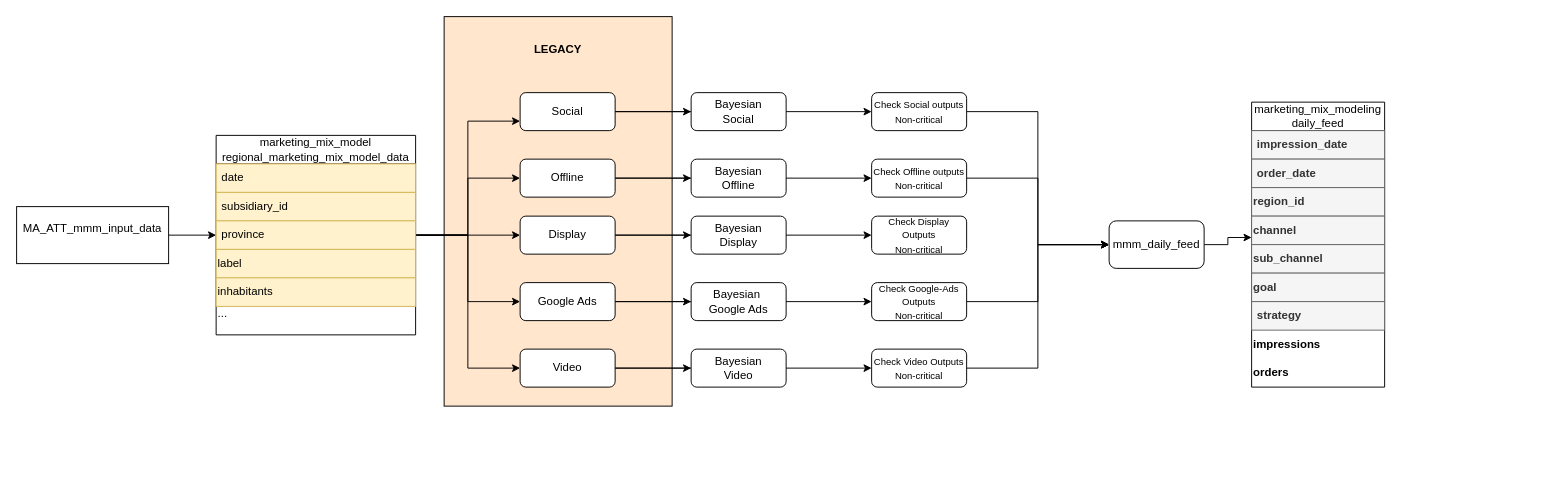
Earlier version of the draw.io diagram page "Attribution DAG" (7 of 8) of mmm/mmm_dag.drawio (aram-koorn/coolblue-diagrams). Source tidied: cells renumbered, new cells numbered last; positions are measured from the earlier drawing's top-left corner, leaving out a move shared by most shapes. Both pictures are drawn from the tidied source at 95%, with x=0, y=0 at pixel (16, 16).
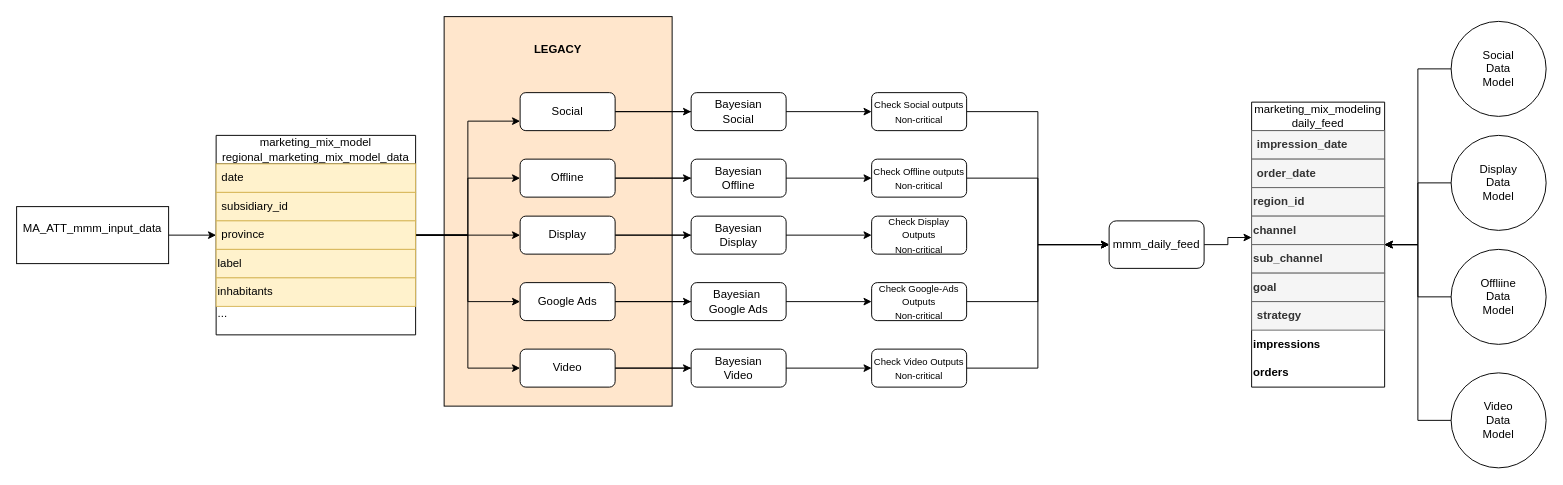
The same page after the edit.

The change refers to these unchanged cells:
```xml
<mxCell id="31" value="marketing_mix_modeling&lt;div&gt;daily_feed&lt;/div&gt;" style="swimlane;fontStyle=0;horizontal=1;startSize=30;whiteSpace=wrap;html=1;" parent="1" vertex="1">
  <mxGeometry x="1300" y="90" width="140" height="300" as="geometry" />
</mxCell>
```

Change to the diagram source:
```diff
@@
+    <mxCell id="59" style="edgeStyle=orthogonalEdgeStyle;rounded=0;jettySize=auto;html=1;entryX=1;entryY=0.5;entryDx=0;entryDy=0;" parent="1" edge="1" source="60" target="31">
+      <mxGeometry relative="1" as="geometry" />
+    </mxCell>
+    <mxCell id="60" style="ellipse;whiteSpace=wrap;html=1;" parent="1" vertex="1">
+      <mxGeometry x="1510" y="5" width="100" height="100" as="geometry" />
+    </mxCell>
+    <mxCell id="61" value="Social&lt;div&gt;Data Model&lt;/div&gt;" style="text;html=1;align=center;verticalAlign=middle;whiteSpace=wrap;rounded=0;" parent="1" vertex="1">
+      <mxGeometry x="1530" y="40" width="60" height="30" as="geometry" />
+    </mxCell>
+    <mxCell id="62" style="edgeStyle=orthogonalEdgeStyle;rounded=0;jettySize=auto;html=1;entryX=1;entryY=0.5;entryDx=0;entryDy=0;" parent="1" edge="1" source="63" target="31">
+      <mxGeometry relative="1" as="geometry" />
+    </mxCell>
+    <mxCell id="63" style="ellipse;whiteSpace=wrap;html=1;" parent="1" vertex="1">
+      <mxGeometry x="1510" y="375" width="100" height="100" as="geometry" />
+    </mxCell>
+    <mxCell id="64" value="Video&lt;div&gt;Data Model&lt;/div&gt;" style="text;html=1;align=center;verticalAlign=middle;whiteSpace=wrap;rounded=0;" parent="1" vertex="1">
+      <mxGeometry x="1530" y="410" width="60" height="30" as="geometry" />
+    </mxCell>
+    <mxCell id="65" style="edgeStyle=orthogonalEdgeStyle;rounded=0;jettySize=auto;html=1;entryX=1;entryY=0.5;entryDx=0;entryDy=0;" parent="1" edge="1" source="66" target="31">
+      <mxGeometry relative="1" as="geometry" />
+    </mxCell>
+    <mxCell id="66" style="ellipse;whiteSpace=wrap;html=1;" parent="1" vertex="1">
+      <mxGeometry x="1510" y="245" width="100" height="100" as="geometry" />
+    </mxCell>
+    <mxCell id="67" value="&lt;div&gt;Offliine&lt;/div&gt;&lt;div&gt;Data Model&lt;/div&gt;" style="text;html=1;align=center;verticalAlign=middle;whiteSpace=wrap;rounded=0;" parent="1" vertex="1">
+      <mxGeometry x="1530" y="280" width="60" height="30" as="geometry" />
+    </mxCell>
+    <mxCell id="68" style="edgeStyle=orthogonalEdgeStyle;rounded=0;jettySize=auto;html=1;entryX=1;entryY=0.5;entryDx=0;entryDy=0;" parent="1" edge="1" source="69" target="31">
+      <mxGeometry relative="1" as="geometry" />
+    </mxCell>
+    <mxCell id="69" style="ellipse;whiteSpace=wrap;html=1;" parent="1" vertex="1">
+      <mxGeometry x="1510" y="125" width="100" height="100" as="geometry" />
+    </mxCell>
+    <mxCell id="70" value="Display&lt;div&gt;Data Model&lt;/div&gt;" style="text;html=1;align=center;verticalAlign=middle;whiteSpace=wrap;rounded=0;" parent="1" vertex="1">
+      <mxGeometry x="1530" y="160" width="60" height="30" as="geometry" />
+    </mxCell>
```
